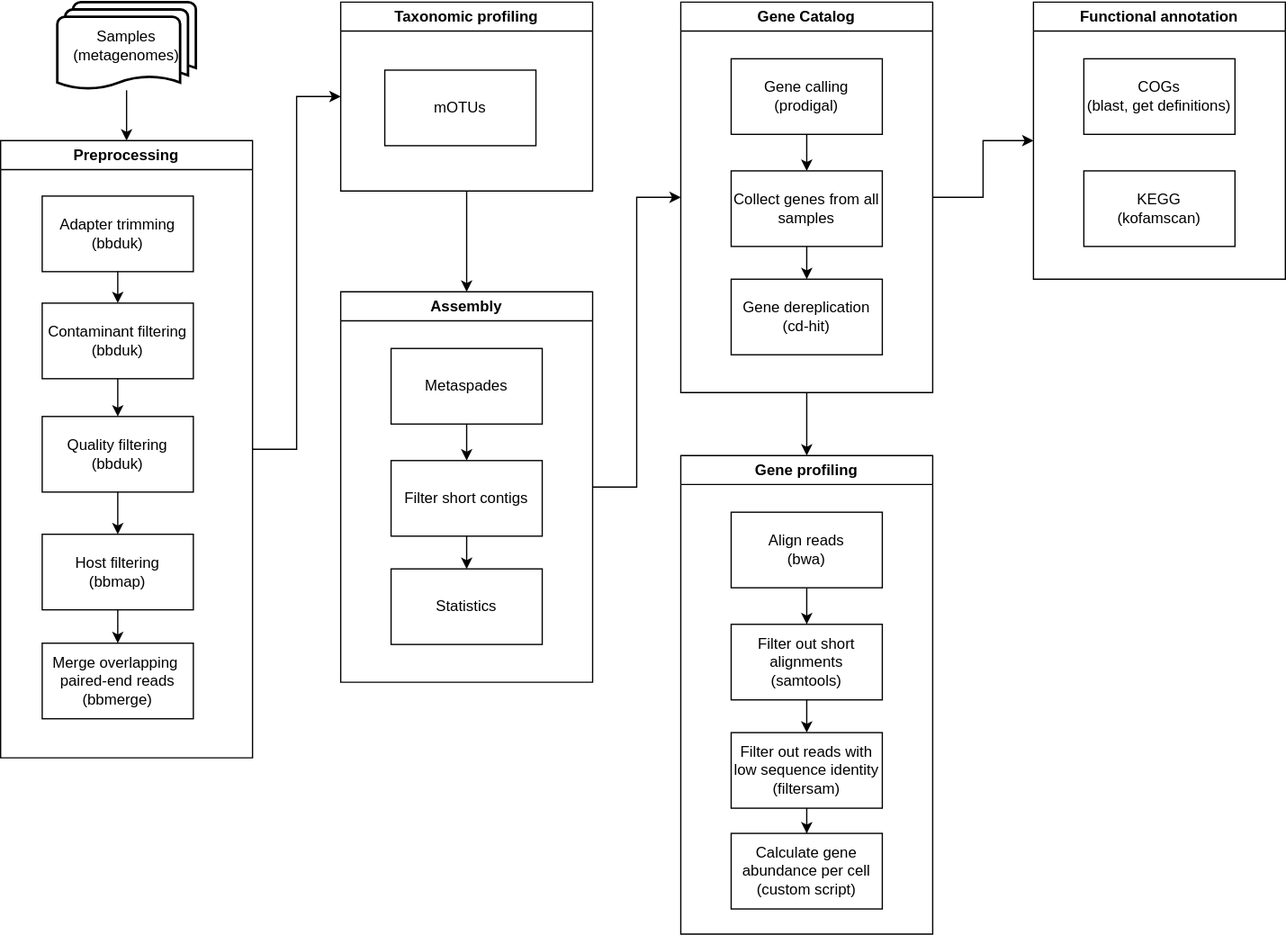
Earlier version of the draw.io export assets/metagenomics_pipeline.drawio.svg (metagenlab/zshoman). Source tidied: cells renumbered, new cells last; positions are measured from the earlier drawing's top-left corner, leaving out a move shared by most shapes.
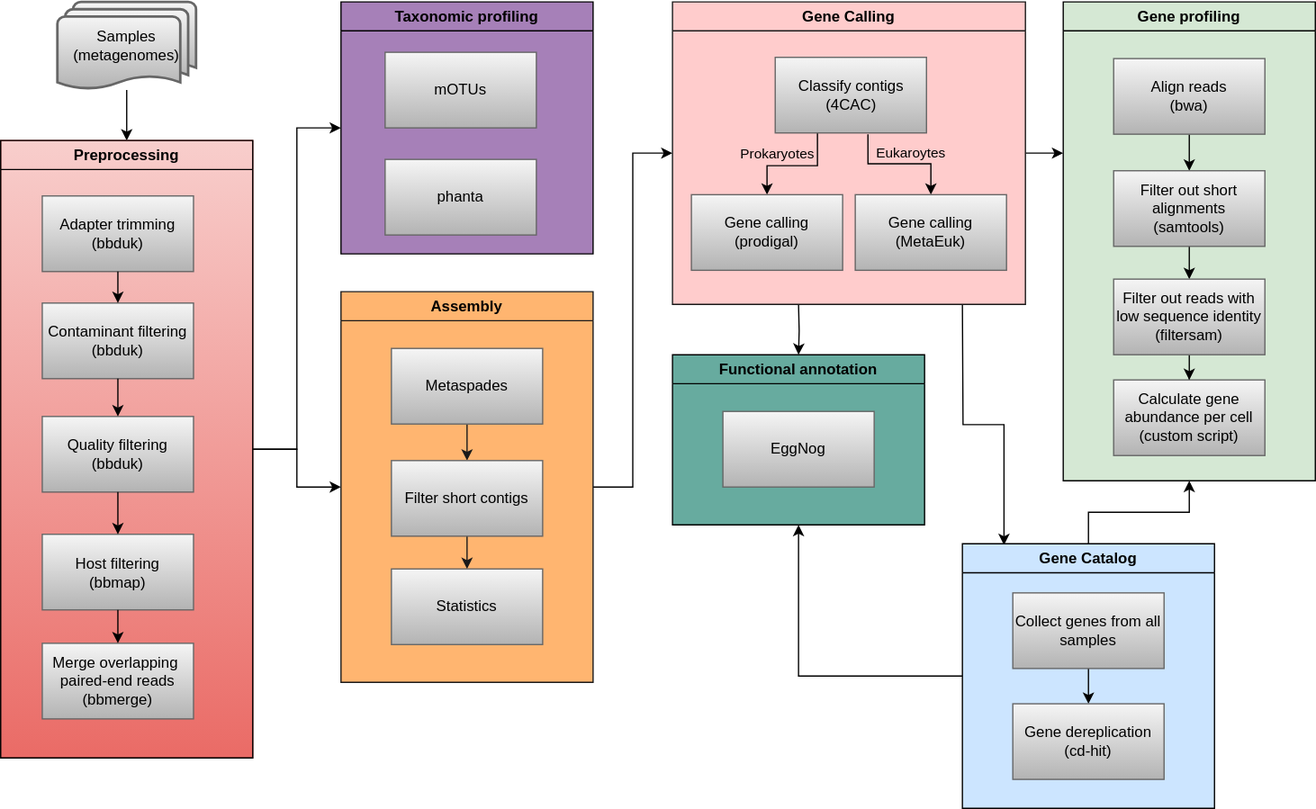
Above is the later version.

Commit message:
Update workflow figure.

Diff of the diagram source:
```diff
@@ -5,131 +5,173 @@
     <mxCell id="2" style="edgeStyle=orthogonalEdgeStyle;rounded=0;jettySize=auto;html=1;" parent="1" edge="1" source="3" target="37">
       <mxGeometry relative="1" as="geometry" />
     </mxCell>
-    <mxCell id="3" value="Samples&lt;br&gt;(metagenomes)" style="strokeWidth=2;html=1;shape=mxgraph.flowchart.multi-document;whiteSpace=wrap;" parent="1" vertex="1">
+    <mxCell id="3" value="Samples&lt;br&gt;(metagenomes)" style="strokeWidth=2;html=1;shape=mxgraph.flowchart.multi-document;whiteSpace=wrap;fillColor=#f5f5f5;gradientColor=#b3b3b3;strokeColor=#666666;" parent="1" vertex="1">
       <mxGeometry x="45" width="110" height="70" as="geometry" />
     </mxCell>
     <mxCell id="4" style="edgeStyle=orthogonalEdgeStyle;rounded=0;jettySize=auto;html=1;" parent="1" edge="1" source="37" target="6">
       <mxGeometry relative="1" as="geometry" />
     </mxCell>
-    <mxCell id="5" style="edgeStyle=orthogonalEdgeStyle;rounded=0;jettySize=auto;html=1;" parent="1" edge="1" source="6" target="9">
-      <mxGeometry relative="1" as="geometry" />
-    </mxCell>
-    <mxCell id="6" value="Taxonomic profiling" style="swimlane;whiteSpace=wrap;html=1;" parent="1" vertex="1">
-      <mxGeometry x="270" width="200" height="150" as="geometry" />
-    </mxCell>
-    <mxCell id="7" value="mOTUs" style="rounded=0;whiteSpace=wrap;html=1;" parent="6" vertex="1">
-      <mxGeometry x="35" y="54" width="120" height="60" as="geometry" />
-    </mxCell>
     <mxCell id="8" style="edgeStyle=orthogonalEdgeStyle;rounded=0;jettySize=auto;html=1;" parent="1" edge="1" source="9" target="17">
       <mxGeometry relative="1" as="geometry" />
     </mxCell>
-    <mxCell id="9" value="Assembly" style="swimlane;whiteSpace=wrap;html=1;" parent="1" vertex="1">
+    <mxCell id="9" value="Assembly" style="swimlane;whiteSpace=wrap;html=1;fillColor=#FFB570;gradientColor=none;strokeColor=#1A1A1A;swimlaneFillColor=#FFB570;" parent="1" vertex="1">
       <mxGeometry x="270" y="230" width="200" height="310" as="geometry" />
     </mxCell>
-    <mxCell id="10" style="edgeStyle=orthogonalEdgeStyle;rounded=0;jettySize=auto;html=1;" parent="9" edge="1" source="11" target="13">
+    <mxCell id="10" style="edgeStyle=orthogonalEdgeStyle;rounded=0;jettySize=auto;html=1;fillColor=#ffcd28;gradientColor=#ffa500;strokeColor=#1A1A1A;" parent="9" edge="1" source="11" target="13">
       <mxGeometry relative="1" as="geometry" />
     </mxCell>
-    <mxCell id="11" value="Metaspades" style="rounded=0;whiteSpace=wrap;html=1;" parent="9" vertex="1">
+    <mxCell id="11" value="Metaspades" style="rounded=0;whiteSpace=wrap;html=1;fillColor=#f5f5f5;gradientColor=#b3b3b3;strokeColor=#666666;" parent="9" vertex="1">
       <mxGeometry x="40" y="45" width="120" height="60" as="geometry" />
     </mxCell>
-    <mxCell id="12" style="edgeStyle=orthogonalEdgeStyle;rounded=0;jettySize=auto;html=1;" parent="9" edge="1" source="13" target="14">
+    <mxCell id="12" style="edgeStyle=orthogonalEdgeStyle;rounded=0;jettySize=auto;html=1;fillColor=#ffcd28;gradientColor=#ffa500;strokeColor=#1A1A1A;" parent="9" edge="1" source="13" target="14">
       <mxGeometry relative="1" as="geometry" />
     </mxCell>
-    <mxCell id="13" value="Filter short contigs" style="rounded=0;whiteSpace=wrap;html=1;" parent="9" vertex="1">
+    <mxCell id="13" value="Filter short contigs" style="rounded=0;whiteSpace=wrap;html=1;fillColor=#f5f5f5;gradientColor=#b3b3b3;strokeColor=#666666;" parent="9" vertex="1">
       <mxGeometry x="40" y="134" width="120" height="60" as="geometry" />
     </mxCell>
-    <mxCell id="14" value="Statistics" style="rounded=0;whiteSpace=wrap;html=1;" parent="9" vertex="1">
+    <mxCell id="14" value="Statistics" style="rounded=0;whiteSpace=wrap;html=1;fillColor=#f5f5f5;gradientColor=#b3b3b3;strokeColor=#666666;" parent="9" vertex="1">
       <mxGeometry x="40" y="220" width="120" height="60" as="geometry" />
     </mxCell>
-    <mxCell id="15" style="edgeStyle=orthogonalEdgeStyle;rounded=0;jettySize=auto;html=1;" parent="1" edge="1" source="17" target="23">
-      <mxGeometry relative="1" as="geometry" />
-    </mxCell>
-    <mxCell id="16" style="edgeStyle=orthogonalEdgeStyle;rounded=0;jettySize=auto;html=1;" parent="1" edge="1" source="17" target="42">
-      <mxGeometry relative="1" as="geometry" />
+    <mxCell id="16" style="edgeStyle=orthogonalEdgeStyle;rounded=0;jettySize=auto;html=1;" parent="1" edge="1" target="42">
+      <mxGeometry relative="1" as="geometry">
+        <mxPoint x="633" y="240" as="sourcePoint" />
+      </mxGeometry>
     </mxCell>
+    <mxCell id="45" style="edgeStyle=orthogonalEdgeStyle;rounded=0;jettySize=auto;html=1;entryX=0.165;entryY=0.005;entryDx=0;entryDy=0;entryPerimeter=0;" parent="1" edge="1" target="54">
+      <mxGeometry relative="1" as="geometry">
+        <mxPoint x="763" y="240" as="sourcePoint" />
+      </mxGeometry>
+    </mxCell>
+    <mxCell id="46" style="edgeStyle=orthogonalEdgeStyle;rounded=0;jettySize=auto;html=1;" parent="1" edge="1" source="17">
+      <mxGeometry relative="1" as="geometry">
+        <mxPoint x="843" y="120" as="targetPoint" />
+      </mxGeometry>
+    </mxCell>
-    <mxCell id="17" value="Gene Catalog" style="swimlane;whiteSpace=wrap;html=1;" parent="1" vertex="1">
-      <mxGeometry x="540" width="200" height="310" as="geometry" />
+    <mxCell id="17" value="Gene Calling" style="swimlane;whiteSpace=wrap;html=1;fillColor=#FFCCCC;swimlaneFillColor=#FFCCCC;strokeColor=#1A1A1A;swimlaneLine=1;glass=0;shadow=0;rounded=0;" parent="1" vertex="1">
+      <mxGeometry x="533" width="280" height="240" as="geometry" />
     </mxCell>
     <mxCell id="18" style="edgeStyle=orthogonalEdgeStyle;rounded=0;jettySize=auto;html=1;" parent="17" edge="1" source="19" target="21">
-      <mxGeometry relative="1" as="geometry" />
+      <mxGeometry relative="1" as="geometry">
+        <Array as="points">
+          <mxPoint x="115" y="130" />
+          <mxPoint x="75" y="130" />
+        </Array>
+      </mxGeometry>
     </mxCell>
+    <mxCell id="47" value="Prokaryotes" style="edgeLabel;html=1;align=center;verticalAlign=middle;labelBackgroundColor=none;" parent="18" vertex="1">
+      <mxGeometry x="0.02" y="-2" relative="1" as="geometry">
+        <mxPoint x="-14" y="-8" as="offset" />
+      </mxGeometry>
+    </mxCell>
+    <mxCell id="48" style="edgeStyle=orthogonalEdgeStyle;rounded=0;jettySize=auto;html=1;exitX=0.613;exitY=1.017;exitDx=0;exitDy=0;entryX=0.5;entryY=0;entryDx=0;entryDy=0;exitPerimeter=0;" parent="17" edge="1" source="19" target="50">
+      <mxGeometry relative="1" as="geometry" />
+    </mxCell>
+    <mxCell id="49" value="Eukaroytes" style="edgeLabel;html=1;align=center;verticalAlign=middle;labelBackgroundColor=none;" parent="48" vertex="1">
+      <mxGeometry x="0.14" y="-1" relative="1" as="geometry">
+        <mxPoint x="1" y="-10" as="offset" />
+      </mxGeometry>
+    </mxCell>
-    <mxCell id="19" value="Gene calling&lt;div&gt;(prodigal)&lt;/div&gt;" style="rounded=0;whiteSpace=wrap;html=1;" parent="17" vertex="1">
-      <mxGeometry x="40" y="45" width="120" height="60" as="geometry" />
+    <mxCell id="19" value="Classify contigs&lt;div&gt;(4CAC)&lt;/div&gt;" style="rounded=0;whiteSpace=wrap;html=1;fillColor=#f5f5f5;gradientColor=#b3b3b3;strokeColor=#666666;" parent="17" vertex="1">
+      <mxGeometry x="81.5" y="44" width="120" height="60" as="geometry" />
     </mxCell>
-    <mxCell id="20" style="edgeStyle=orthogonalEdgeStyle;rounded=0;jettySize=auto;html=1;" parent="17" edge="1" source="21" target="22">
-      <mxGeometry relative="1" as="geometry" />
-    </mxCell>
-    <mxCell id="21" value="Collect genes from all samples" style="rounded=0;whiteSpace=wrap;html=1;" parent="17" vertex="1">
-      <mxGeometry x="40" y="134" width="120" height="60" as="geometry" />
+    <mxCell id="21" value="Gene calling&lt;div&gt;(prodigal)&lt;/div&gt;" style="rounded=0;whiteSpace=wrap;html=1;fillColor=#f5f5f5;gradientColor=#b3b3b3;strokeColor=#666666;" parent="17" vertex="1">
+      <mxGeometry x="15" y="153" width="120" height="60" as="geometry" />
     </mxCell>
-    <mxCell id="22" value="Gene dereplication&lt;div&gt;(cd-hit)&lt;/div&gt;" style="rounded=0;whiteSpace=wrap;html=1;" parent="17" vertex="1">
-      <mxGeometry x="40" y="220" width="120" height="60" as="geometry" />
-    </mxCell>
+    <mxCell id="50" value="Gene calling&lt;div&gt;(MetaEuk)&lt;/div&gt;" style="rounded=0;whiteSpace=wrap;html=1;fillColor=#f5f5f5;gradientColor=#b3b3b3;strokeColor=#666666;" parent="17" vertex="1">
+      <mxGeometry x="145" y="153" width="120" height="60" as="geometry" />
+    </mxCell>
-    <mxCell id="23" value="Gene profiling" style="swimlane;whiteSpace=wrap;html=1;" parent="1" vertex="1">
-      <mxGeometry x="540" y="360" width="200" height="380" as="geometry" />
+    <mxCell id="23" value="Gene profiling" style="swimlane;whiteSpace=wrap;html=1;fillColor=#D5E8D4;swimlaneFillColor=#D5E8D4;" parent="1" vertex="1">
+      <mxGeometry x="843" width="200" height="380" as="geometry" />
     </mxCell>
     <mxCell id="24" style="edgeStyle=orthogonalEdgeStyle;rounded=0;jettySize=auto;html=1;" parent="23" edge="1" source="25" target="27">
       <mxGeometry relative="1" as="geometry" />
     </mxCell>
-    <mxCell id="25" value="Align reads&lt;div&gt;(bwa)&lt;/div&gt;" style="rounded=0;whiteSpace=wrap;html=1;" parent="23" vertex="1">
+    <mxCell id="25" value="Align reads&lt;div&gt;(bwa)&lt;/div&gt;" style="rounded=0;whiteSpace=wrap;html=1;fillColor=#f5f5f5;gradientColor=#b3b3b3;strokeColor=#666666;" parent="23" vertex="1">
       <mxGeometry x="40" y="45" width="120" height="60" as="geometry" />
     </mxCell>
     <mxCell id="26" style="edgeStyle=orthogonalEdgeStyle;rounded=0;jettySize=auto;html=1;" parent="23" edge="1" source="27" target="29">
       <mxGeometry relative="1" as="geometry" />
     </mxCell>
-    <mxCell id="27" value="Filter out short alignments&lt;div&gt;(samtools)&lt;/div&gt;" style="rounded=0;whiteSpace=wrap;html=1;" parent="23" vertex="1">
+    <mxCell id="27" value="Filter out short alignments&lt;div&gt;(samtools)&lt;/div&gt;" style="rounded=0;whiteSpace=wrap;html=1;fillColor=#f5f5f5;gradientColor=#b3b3b3;strokeColor=#666666;" parent="23" vertex="1">
       <mxGeometry x="40" y="134" width="120" height="60" as="geometry" />
     </mxCell>
     <mxCell id="28" style="edgeStyle=orthogonalEdgeStyle;rounded=0;jettySize=auto;html=1;" parent="23" edge="1" source="29" target="30">
       <mxGeometry relative="1" as="geometry" />
     </mxCell>
-    <mxCell id="29" value="Filter out reads with low sequence identity&lt;div&gt;(filtersam)&lt;/div&gt;" style="rounded=0;whiteSpace=wrap;html=1;" parent="23" vertex="1">
+    <mxCell id="29" value="Filter out reads with low sequence identity&lt;div&gt;(filtersam)&lt;/div&gt;" style="rounded=0;whiteSpace=wrap;html=1;fillColor=#f5f5f5;gradientColor=#b3b3b3;strokeColor=#666666;" parent="23" vertex="1">
       <mxGeometry x="40" y="220" width="120" height="60" as="geometry" />
     </mxCell>
-    <mxCell id="30" value="Calculate gene abundance per cell&lt;div&gt;(custom script)&lt;/div&gt;" style="rounded=0;whiteSpace=wrap;html=1;" parent="23" vertex="1">
+    <mxCell id="30" value="Calculate gene abundance per cell&lt;div&gt;(custom script)&lt;/div&gt;" style="rounded=0;whiteSpace=wrap;html=1;fillColor=#f5f5f5;gradientColor=#b3b3b3;strokeColor=#666666;" parent="23" vertex="1">
       <mxGeometry x="40" y="300" width="120" height="60" as="geometry" />
     </mxCell>
-    <mxCell id="31" style="group;" parent="1" vertex="1">
+    <mxCell id="31" style="group;fillColor=#f8cecc;gradientColor=#ea6b66;strokeColor=#b85450;" parent="1" vertex="1">
       <mxGeometry y="110" width="200" height="490" as="geometry" />
     </mxCell>
+    <mxCell id="42" value="Functional annotation" style="swimlane;whiteSpace=wrap;html=1;fillColor=#67AB9F;swimlaneFillColor=#67AB9F;" parent="1" vertex="1">
+      <mxGeometry x="533" y="280" width="200" height="135" as="geometry" />
+    </mxCell>
+    <mxCell id="43" value="EggNog" style="rounded=0;whiteSpace=wrap;html=1;fillColor=#f5f5f5;gradientColor=#b3b3b3;strokeColor=#666666;" parent="42" vertex="1">
+      <mxGeometry x="40" y="45" width="120" height="60" as="geometry" />
+    </mxCell>
+    <mxCell id="51" style="edgeStyle=orthogonalEdgeStyle;rounded=0;jettySize=auto;html=1;entryX=0;entryY=0.5;entryDx=0;entryDy=0;" parent="1" edge="1" source="37" target="9">
+      <mxGeometry relative="1" as="geometry" />
+    </mxCell>
+    <mxCell id="52" style="edgeStyle=orthogonalEdgeStyle;rounded=0;jettySize=auto;html=1;entryX=0.5;entryY=1;entryDx=0;entryDy=0;" parent="1" edge="1" source="54" target="23">
+      <mxGeometry relative="1" as="geometry" />
+    </mxCell>
+    <mxCell id="53" style="edgeStyle=orthogonalEdgeStyle;rounded=0;jettySize=auto;html=1;entryX=0.5;entryY=1;entryDx=0;entryDy=0;" parent="1" edge="1" source="54" target="42">
+      <mxGeometry relative="1" as="geometry" />
+    </mxCell>
+    <mxCell id="54" value="Gene Catalog" style="swimlane;whiteSpace=wrap;html=1;fillColor=#CCE5FF;swimlaneFillColor=#CCE5FF;" parent="1" vertex="1">
+      <mxGeometry x="763" y="430" width="200" height="210" as="geometry" />
+    </mxCell>
+    <mxCell id="55" style="edgeStyle=orthogonalEdgeStyle;rounded=0;jettySize=auto;html=1;" parent="54" edge="1" source="56" target="22">
+      <mxGeometry relative="1" as="geometry" />
+    </mxCell>
+    <mxCell id="56" value="Collect genes from all samples" style="rounded=0;whiteSpace=wrap;html=1;fillColor=#f5f5f5;gradientColor=#b3b3b3;strokeColor=#666666;" parent="54" vertex="1">
+      <mxGeometry x="40" y="39" width="120" height="60" as="geometry" />
+    </mxCell>
+    <mxCell id="22" value="Gene dereplication&lt;div&gt;(cd-hit)&lt;/div&gt;" style="rounded=0;whiteSpace=wrap;html=1;fillColor=#f5f5f5;gradientColor=#b3b3b3;strokeColor=#666666;" parent="54" vertex="1">
+      <mxGeometry x="40" y="127" width="120" height="60" as="geometry" />
+    </mxCell>
+    <mxCell id="6" value="Taxonomic profiling" style="swimlane;whiteSpace=wrap;html=1;fillColor=#A680B8;gradientColor=none;swimlaneFillColor=#A680B8;" parent="1" vertex="1">
+      <mxGeometry x="270" width="200" height="200" as="geometry" />
+    </mxCell>
+    <mxCell id="7" value="mOTUs" style="rounded=0;whiteSpace=wrap;html=1;fillColor=#f5f5f5;gradientColor=#b3b3b3;strokeColor=#666666;" parent="6" vertex="1">
+      <mxGeometry x="35" y="40" width="120" height="60" as="geometry" />
+    </mxCell>
+    <mxCell id="57" value="phanta" style="rounded=0;whiteSpace=wrap;html=1;fillColor=#f5f5f5;gradientColor=#b3b3b3;strokeColor=#666666;" parent="6" vertex="1">
+      <mxGeometry x="35" y="125" width="120" height="60" as="geometry" />
+    </mxCell>
-    <mxCell id="32" value="Adapter trimming&lt;br&gt;(bbduk)" style="rounded=0;whiteSpace=wrap;html=1;" parent="31" vertex="1">
-      <mxGeometry x="33" y="44" width="120" height="60" as="geometry" />
+    <mxCell id="32" value="Adapter trimming&lt;br&gt;(bbduk)" style="rounded=0;whiteSpace=wrap;html=1;fillColor=#f5f5f5;gradientColor=#b3b3b3;strokeColor=#666666;" parent="1" vertex="1">
+      <mxGeometry x="33" y="154" width="120" height="60" as="geometry" />
     </mxCell>
-    <mxCell id="33" value="Contaminant filtering&lt;br&gt;(bbduk)" style="rounded=0;whiteSpace=wrap;html=1;" parent="31" vertex="1">
-      <mxGeometry x="33" y="129" width="120" height="60" as="geometry" />
+    <mxCell id="33" value="Contaminant filtering&lt;br&gt;(bbduk)" style="rounded=0;whiteSpace=wrap;html=1;fillColor=#f5f5f5;gradientColor=#b3b3b3;strokeColor=#666666;" parent="1" vertex="1">
+      <mxGeometry x="33" y="239" width="120" height="60" as="geometry" />
     </mxCell>
-    <mxCell id="34" value="Quality filtering&lt;div&gt;(bbduk)&lt;/div&gt;" style="rounded=0;whiteSpace=wrap;html=1;" parent="31" vertex="1">
-      <mxGeometry x="33" y="219" width="120" height="60" as="geometry" />
+    <mxCell id="34" value="Quality filtering&lt;div&gt;(bbduk)&lt;/div&gt;" style="rounded=0;whiteSpace=wrap;html=1;fillColor=#f5f5f5;gradientColor=#b3b3b3;strokeColor=#666666;" parent="1" vertex="1">
+      <mxGeometry x="33" y="329" width="120" height="60" as="geometry" />
     </mxCell>
-    <mxCell id="35" value="Host filtering&lt;div&gt;(bbmap)&lt;/div&gt;" style="rounded=0;whiteSpace=wrap;html=1;" parent="31" vertex="1">
-      <mxGeometry x="33" y="312.5" width="120" height="60" as="geometry" />
+    <mxCell id="35" value="Host filtering&lt;div&gt;(bbmap)&lt;/div&gt;" style="rounded=0;whiteSpace=wrap;html=1;fillColor=#f5f5f5;gradientColor=#b3b3b3;strokeColor=#666666;" parent="1" vertex="1">
+      <mxGeometry x="33" y="422.5" width="120" height="60" as="geometry" />
     </mxCell>
-    <mxCell id="36" value="Merge overlapping&amp;nbsp; paired-end reads&lt;div&gt;(bbmerge)&lt;/div&gt;" style="rounded=0;whiteSpace=wrap;html=1;" parent="31" vertex="1">
-      <mxGeometry x="33" y="399" width="120" height="60" as="geometry" />
+    <mxCell id="36" value="Merge overlapping&amp;nbsp; paired-end reads&lt;div&gt;(bbmerge)&lt;/div&gt;" style="rounded=0;whiteSpace=wrap;html=1;fillColor=#f5f5f5;gradientColor=#b3b3b3;strokeColor=#666666;" parent="1" vertex="1">
+      <mxGeometry x="33" y="509" width="120" height="60" as="geometry" />
     </mxCell>
-    <mxCell id="37" value="Preprocessing" style="swimlane;whiteSpace=wrap;html=1;" parent="31" vertex="1">
-      <mxGeometry width="200" height="490" as="geometry" />
+    <mxCell id="37" value="Preprocessing" style="swimlane;whiteSpace=wrap;html=1;fillColor=none;" parent="1" vertex="1">
+      <mxGeometry y="110" width="200" height="490" as="geometry" />
     </mxCell>
-    <mxCell id="38" style="edgeStyle=orthogonalEdgeStyle;rounded=0;jettySize=auto;html=1;" parent="31" edge="1" source="32" target="33">
+    <mxCell id="38" style="edgeStyle=orthogonalEdgeStyle;rounded=0;jettySize=auto;html=1;" parent="1" edge="1" source="32" target="33">
       <mxGeometry relative="1" as="geometry" />
     </mxCell>
-    <mxCell id="39" style="edgeStyle=orthogonalEdgeStyle;rounded=0;jettySize=auto;html=1;" parent="31" edge="1" source="33" target="34">
+    <mxCell id="39" style="edgeStyle=orthogonalEdgeStyle;rounded=0;jettySize=auto;html=1;" parent="1" edge="1" source="33" target="34">
       <mxGeometry relative="1" as="geometry" />
     </mxCell>
-    <mxCell id="40" style="edgeStyle=orthogonalEdgeStyle;rounded=0;jettySize=auto;html=1;" parent="31" edge="1" source="34" target="35">
+    <mxCell id="40" style="edgeStyle=orthogonalEdgeStyle;rounded=0;jettySize=auto;html=1;" parent="1" edge="1" source="34" target="35">
       <mxGeometry relative="1" as="geometry" />
     </mxCell>
-    <mxCell id="41" style="edgeStyle=orthogonalEdgeStyle;rounded=0;jettySize=auto;html=1;" parent="31" edge="1" source="35" target="36">
+    <mxCell id="41" style="edgeStyle=orthogonalEdgeStyle;rounded=0;jettySize=auto;html=1;" parent="1" edge="1" source="35" target="36">
       <mxGeometry relative="1" as="geometry" />
     </mxCell>
-    <mxCell id="42" value="Functional annotation" style="swimlane;whiteSpace=wrap;html=1;" parent="1" vertex="1">
-      <mxGeometry x="820" width="200" height="220" as="geometry" />
-    </mxCell>
-    <mxCell id="43" value="COGs&lt;div&gt;(blast, get definitions)&lt;/div&gt;" style="rounded=0;whiteSpace=wrap;html=1;" parent="42" vertex="1">
-      <mxGeometry x="40" y="45" width="120" height="60" as="geometry" />
-    </mxCell>
-    <mxCell id="44" value="KEGG&lt;div&gt;(kofamscan)&lt;/div&gt;" style="rounded=0;whiteSpace=wrap;html=1;" parent="42" vertex="1">
-      <mxGeometry x="40" y="134" width="120" height="60" as="geometry" />
-    </mxCell>
   </root>
 </mxGraphModel>
```
